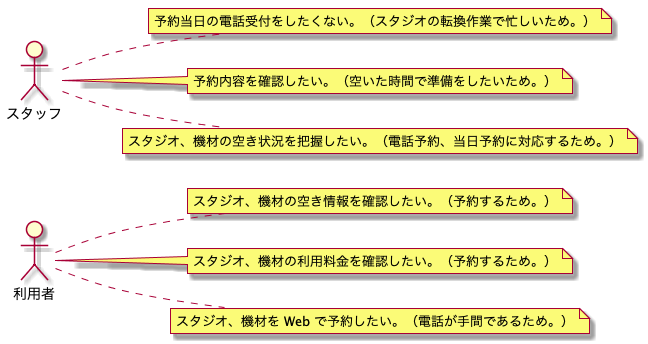
Above: modeling/02_RequirementModel/RequirementModel.png in TakashiOnawa/ddd-practice-studio-reservation (PlantUML), before the change.
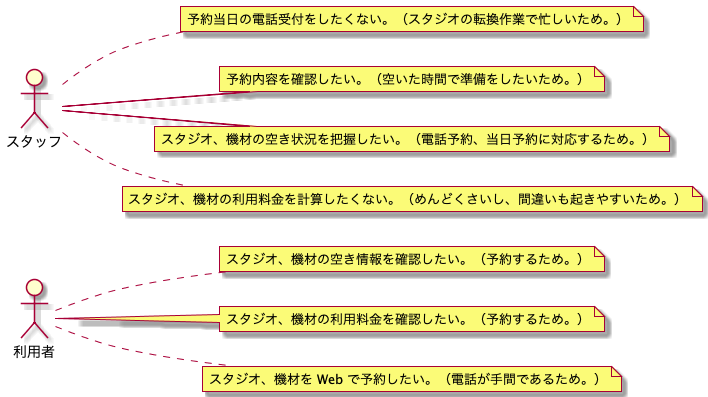
After the change.

Diff of the diagram source:
```diff
@@ -15,5 +15,7 @@
 note right : 予約内容を確認したい。（空いた時間で準備をしたいため。）
 actor スタッフ
 note right : スタジオ、機材の空き状況を把握したい。（電話予約、当日予約に対応するため。）
+actor スタッフ
+note right : スタジオ、機材の利用料金を計算したくない。（めんどくさいし、間違いも起きやすいため。）
 
 @enduml
```
